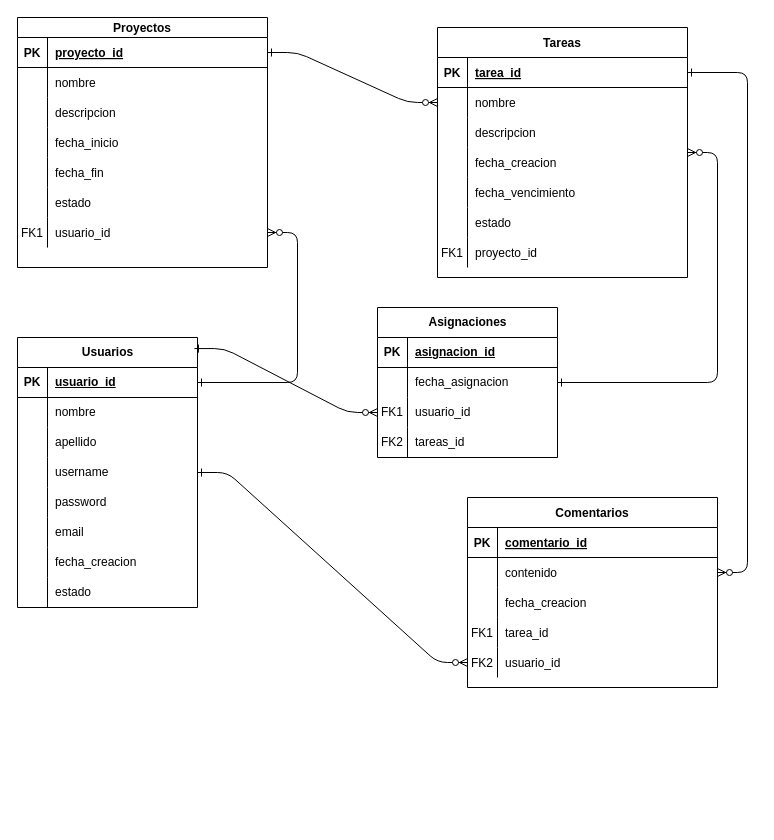
The draw.io diagram EjemploLista/gestion_proyectos.drawio in dcuatin94/EjemploListMap, before the edit. Source tidied: cells renumbered, new cells numbered last; positions are measured from the earlier drawing's top-left corner, leaving out a move shared by most shapes. Both pictures are drawn from the tidied source at 100%, with x=0, y=0 at pixel (17, 17).
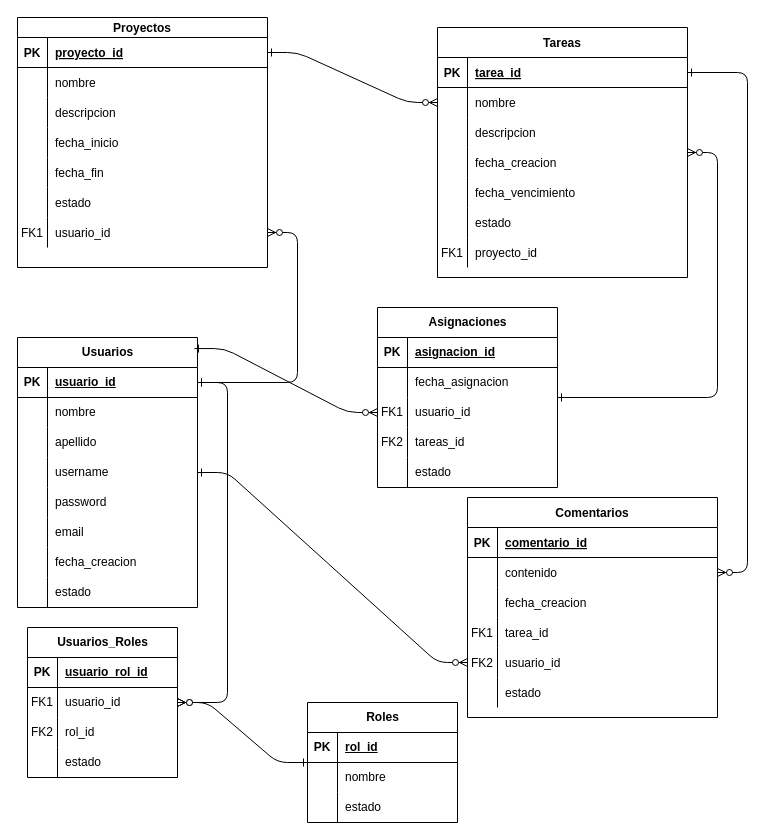
Above is the later version.

Unchanged cells that the change refers to:
```xml
<mxCell id="65" style="shape=tableRow;horizontal=0;startSize=0;swimlaneHead=0;swimlaneBody=0;fillColor=none;points=[[0,0.5],[1,0.5]];portConstraint=eastwest;top=0;left=0;right=0;bottom=1;" parent="64" vertex="1">
  <mxGeometry y="30" width="180" height="30" as="geometry" />
</mxCell>
```

What changed in the source:
```diff
@@
     <mxCell id="26" value="Comentarios" style="shape=table;startSize=30;childLayout=tableLayout;rowLines=0;fontStyle=1;align=center;" parent="1" vertex="1">
-      <mxGeometry x="450" y="480" width="250" height="190" as="geometry" />
+      <mxGeometry x="450" y="480" width="250" height="220" as="geometry" />
     </mxCell>
@@
+    <mxCell id="106" style="shape=partialRectangle;fillColor=none;top=0;left=0;right=0;bottom=0;" parent="26" vertex="1">
+      <mxGeometry y="180" width="250" height="30" as="geometry" />
+    </mxCell>
+    <mxCell id="107" style="shape=partialRectangle;overflow=hidden;fillColor=none;top=0;left=0;bottom=0;right=0;" parent="106" vertex="1">
+      <mxGeometry width="30" height="30" as="geometry" />
+    </mxCell>
+    <mxCell id="108" value="estado" style="shape=partialRectangle;overflow=hidden;fillColor=none;top=0;left=0;bottom=0;right=0;align=left;spacingLeft=6;" parent="106" vertex="1">
+      <mxGeometry x="30" width="220" height="30" as="geometry" />
+    </mxCell>
@@
     <mxCell id="92" value="Asignaciones" style="shape=table;startSize=30;childLayout=tableLayout;rowLines=0;fontStyle=1;align=center;html=1;" parent="1" vertex="1">
-      <mxGeometry x="360" y="290" width="180" height="150" as="geometry" />
+      <mxGeometry x="360" y="290" width="180" height="180" as="geometry" />
     </mxCell>
@@
+    <mxCell id="109" style="shape=tableRow;horizontal=0;startSize=0;swimlaneHead=0;swimlaneBody=0;fillColor=none;top=0;left=0;right=0;bottom=0;" parent="92" vertex="1">
+      <mxGeometry y="150" width="180" height="30" as="geometry" />
+    </mxCell>
+    <mxCell id="110" style="shape=partialRectangle;fillColor=none;top=0;left=0;bottom=0;right=0;overflow=hidden;whiteSpace=wrap;html=1;" parent="109" vertex="1">
+      <mxGeometry width="30" height="30" as="geometry" />
+    </mxCell>
+    <mxCell id="111" value="estado" style="shape=partialRectangle;fillColor=none;top=0;left=0;bottom=0;right=0;align=left;spacingLeft=6;overflow=hidden;whiteSpace=wrap;html=1;" parent="109" vertex="1">
+      <mxGeometry x="30" width="150" height="30" as="geometry" />
+    </mxCell>
@@
+    <mxCell id="112" value="Roles" style="shape=table;startSize=30;childLayout=tableLayout;rowLines=0;fontStyle=1;align=center;html=1;" parent="1" vertex="1">
+      <mxGeometry x="290" y="685" width="150" height="120" as="geometry" />
+    </mxCell>
+    <mxCell id="113" style="shape=tableRow;horizontal=0;startSize=0;swimlaneHead=0;swimlaneBody=0;fillColor=none;top=0;left=0;right=0;bottom=1;" parent="112" vertex="1">
+      <mxGeometry y="30" width="150" height="30" as="geometry" />
+    </mxCell>
+    <mxCell id="114" value="PK" style="shape=partialRectangle;fillColor=none;top=0;left=0;bottom=0;right=0;fontStyle=1;overflow=hidden;whiteSpace=wrap;html=1;" parent="113" vertex="1">
+      <mxGeometry width="30" height="30" as="geometry" />
+    </mxCell>
+    <mxCell id="115" value="rol_id" style="shape=partialRectangle;fillColor=none;top=0;left=0;bottom=0;right=0;align=left;spacingLeft=6;fontStyle=5;overflow=hidden;whiteSpace=wrap;html=1;" parent="113" vertex="1">
+      <mxGeometry x="30" width="120" height="30" as="geometry" />
+    </mxCell>
+    <mxCell id="116" style="shape=tableRow;horizontal=0;startSize=0;swimlaneHead=0;swimlaneBody=0;fillColor=none;top=0;left=0;right=0;bottom=0;" parent="112" vertex="1">
+      <mxGeometry y="60" width="150" height="30" as="geometry" />
+    </mxCell>
+    <mxCell id="117" style="shape=partialRectangle;fillColor=none;top=0;left=0;bottom=0;right=0;overflow=hidden;whiteSpace=wrap;html=1;" parent="116" vertex="1">
+      <mxGeometry width="30" height="30" as="geometry" />
+    </mxCell>
+    <mxCell id="118" value="nombre&lt;span style=&quot;white-space: pre;&quot;&gt;&#9;&lt;/span&gt;" style="shape=partialRectangle;fillColor=none;top=0;left=0;bottom=0;right=0;align=left;spacingLeft=6;overflow=hidden;whiteSpace=wrap;html=1;" parent="116" vertex="1">
+      <mxGeometry x="30" width="120" height="30" as="geometry" />
+    </mxCell>
+    <mxCell id="119" style="shape=tableRow;horizontal=0;startSize=0;swimlaneHead=0;swimlaneBody=0;fillColor=none;top=0;left=0;right=0;bottom=0;" parent="112" vertex="1">
+      <mxGeometry y="90" width="150" height="30" as="geometry" />
+    </mxCell>
+    <mxCell id="120" style="shape=partialRectangle;fillColor=none;top=0;left=0;bottom=0;right=0;overflow=hidden;whiteSpace=wrap;html=1;" parent="119" vertex="1">
+      <mxGeometry width="30" height="30" as="geometry" />
+    </mxCell>
+    <mxCell id="121" value="estado" style="shape=partialRectangle;fillColor=none;top=0;left=0;bottom=0;right=0;align=left;spacingLeft=6;overflow=hidden;whiteSpace=wrap;html=1;" parent="119" vertex="1">
+      <mxGeometry x="30" width="120" height="30" as="geometry" />
+    </mxCell>
+    <mxCell id="122" value="Usuarios_Roles" style="shape=table;startSize=30;childLayout=tableLayout;rowLines=0;fontStyle=1;align=center;html=1;" parent="1" vertex="1">
+      <mxGeometry x="10" y="610" width="150" height="150" as="geometry" />
+    </mxCell>
+    <mxCell id="123" style="shape=tableRow;horizontal=0;startSize=0;swimlaneHead=0;swimlaneBody=0;fillColor=none;top=0;left=0;right=0;bottom=1;" parent="122" vertex="1">
+      <mxGeometry y="30" width="150" height="30" as="geometry" />
+    </mxCell>
+    <mxCell id="124" value="PK" style="shape=partialRectangle;fillColor=none;top=0;left=0;bottom=0;right=0;fontStyle=1;overflow=hidden;whiteSpace=wrap;html=1;" parent="123" vertex="1">
+      <mxGeometry width="30" height="30" as="geometry" />
+    </mxCell>
+    <mxCell id="125" value="usuario_rol_id" style="shape=partialRectangle;fillColor=none;top=0;left=0;bottom=0;right=0;align=left;spacingLeft=6;fontStyle=5;overflow=hidden;whiteSpace=wrap;html=1;" parent="123" vertex="1">
+      <mxGeometry x="30" width="120" height="30" as="geometry" />
+    </mxCell>
+    <mxCell id="126" style="shape=tableRow;horizontal=0;startSize=0;swimlaneHead=0;swimlaneBody=0;fillColor=none;top=0;left=0;right=0;bottom=0;" parent="122" vertex="1">
+      <mxGeometry y="60" width="150" height="30" as="geometry" />
+    </mxCell>
+    <mxCell id="127" value="FK1" style="shape=partialRectangle;fillColor=none;top=0;left=0;bottom=0;right=0;overflow=hidden;whiteSpace=wrap;html=1;" parent="126" vertex="1">
+      <mxGeometry width="30" height="30" as="geometry" />
+    </mxCell>
+    <mxCell id="128" value="usuario_id" style="shape=partialRectangle;fillColor=none;top=0;left=0;bottom=0;right=0;align=left;spacingLeft=6;overflow=hidden;whiteSpace=wrap;html=1;" parent="126" vertex="1">
+      <mxGeometry x="30" width="120" height="30" as="geometry" />
+    </mxCell>
+    <mxCell id="129" style="shape=tableRow;horizontal=0;startSize=0;swimlaneHead=0;swimlaneBody=0;fillColor=none;top=0;left=0;right=0;bottom=0;" parent="122" vertex="1">
+      <mxGeometry y="90" width="150" height="30" as="geometry" />
+    </mxCell>
+    <mxCell id="130" value="FK2" style="shape=partialRectangle;fillColor=none;top=0;left=0;bottom=0;right=0;overflow=hidden;whiteSpace=wrap;html=1;" parent="129" vertex="1">
+      <mxGeometry width="30" height="30" as="geometry" />
+    </mxCell>
+    <mxCell id="131" value="rol_id" style="shape=partialRectangle;fillColor=none;top=0;left=0;bottom=0;right=0;align=left;spacingLeft=6;overflow=hidden;whiteSpace=wrap;html=1;" parent="129" vertex="1">
+      <mxGeometry x="30" width="120" height="30" as="geometry" />
+    </mxCell>
+    <mxCell id="132" style="shape=tableRow;horizontal=0;startSize=0;swimlaneHead=0;swimlaneBody=0;fillColor=none;top=0;left=0;right=0;bottom=0;" parent="122" vertex="1">
+      <mxGeometry y="120" width="150" height="30" as="geometry" />
+    </mxCell>
+    <mxCell id="133" style="shape=partialRectangle;fillColor=none;top=0;left=0;bottom=0;right=0;overflow=hidden;whiteSpace=wrap;html=1;" parent="132" vertex="1">
+      <mxGeometry width="30" height="30" as="geometry" />
+    </mxCell>
+    <mxCell id="134" value="estado" style="shape=partialRectangle;fillColor=none;top=0;left=0;bottom=0;right=0;align=left;spacingLeft=6;overflow=hidden;whiteSpace=wrap;html=1;" parent="132" vertex="1">
+      <mxGeometry x="30" width="120" height="30" as="geometry" />
+    </mxCell>
+    <mxCell id="135" style="edgeStyle=entityRelationEdgeStyle;endArrow=ERzeroToMany;startArrow=ERone;endFill=1;startFill=0;" parent="1" edge="1" source="65" target="122">
+      <mxGeometry relative="1" as="geometry">
+        <Array as="points">
+          <mxPoint x="330" y="685" />
+        </Array>
+      </mxGeometry>
+    </mxCell>
+    <mxCell id="136" style="edgeStyle=entityRelationEdgeStyle;endArrow=ERzeroToMany;startArrow=ERone;endFill=1;startFill=0;" parent="1" edge="1" source="112" target="122">
+      <mxGeometry relative="1" as="geometry">
+        <Array as="points">
+          <mxPoint x="380" y="715" />
+          <mxPoint x="190" y="745" />
+          <mxPoint x="170" y="730" />
+        </Array>
+      </mxGeometry>
+    </mxCell>
```
